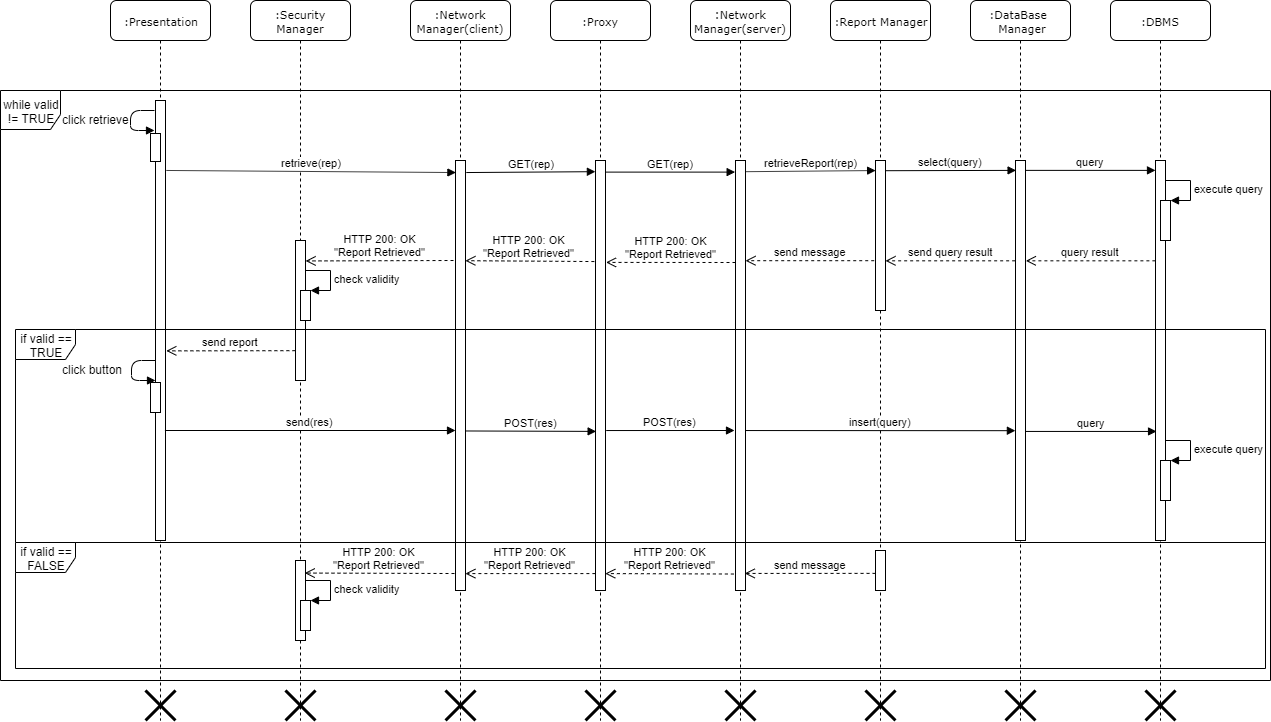
Earlier version of the draw.io export DD/img/sequence_diagrams/retrieve_report.png (dariomiceli3/SafeStreet). Source tidied: cells renumbered, new cells last; positions are measured from the earlier drawing's top-left corner, leaving out a move shared by most shapes.
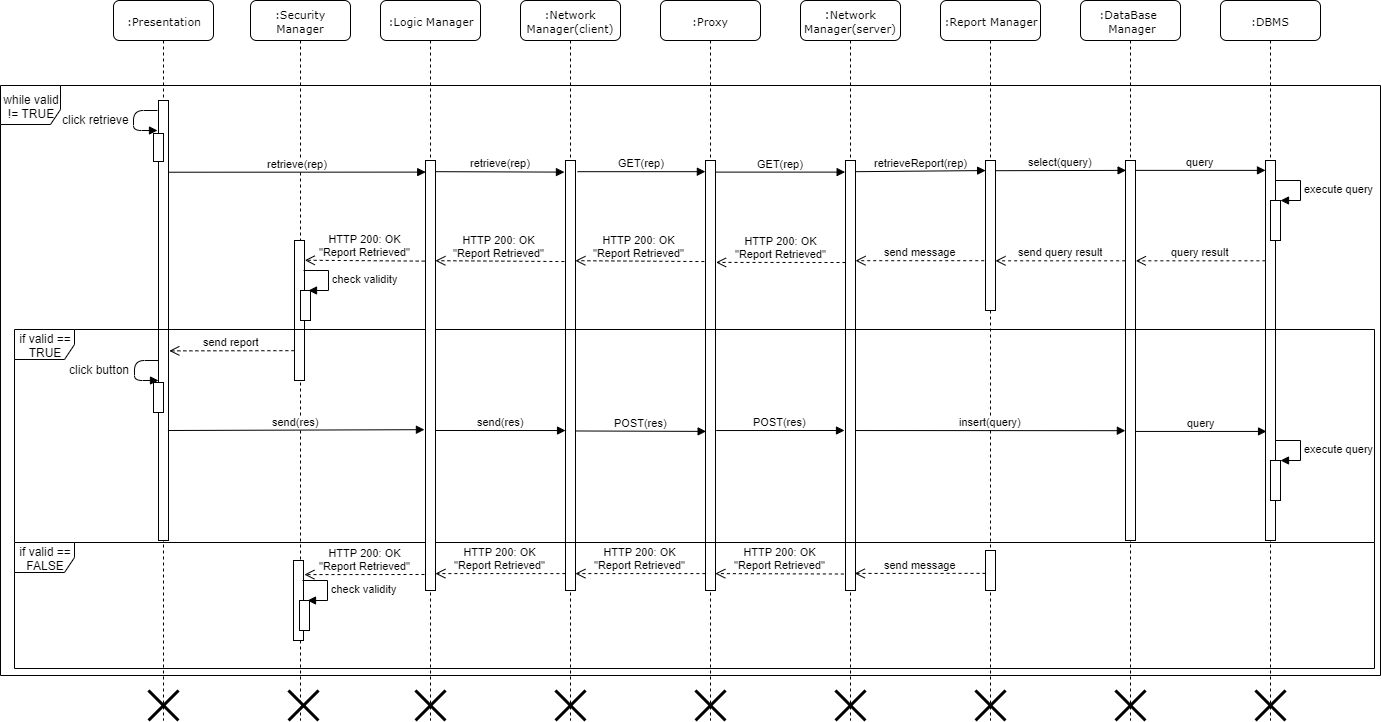
The same file after the commit.

Diff of the diagram source:
```diff
@@ -3,33 +3,35 @@
     <mxCell id="0" />
     <mxCell id="1" parent="0" />
     <mxCell id="2" value="&lt;span style=&quot;font-size: 11px&quot;&gt;:Security Manager&lt;/span&gt;" style="shape=umlLifeline;perimeter=lifelinePerimeter;whiteSpace=wrap;html=1;rounded=1;shadow=0;comic=0;labelBackgroundColor=none;strokeWidth=1;fontFamily=Verdana;fontSize=12;align=center;" parent="1" vertex="1">
-      <mxGeometry x="250" width="100" height="720" as="geometry" />
+      <mxGeometry x="140" width="100" height="720" as="geometry" />
     </mxCell>
     <mxCell id="3" style="html=1;points=[];perimeter=orthogonalPerimeter;rounded=0;shadow=0;comic=0;labelBackgroundColor=none;strokeWidth=1;fontFamily=Verdana;fontSize=12;align=center;" parent="2" vertex="1">
-      <mxGeometry x="45" y="240" width="10" height="140" as="geometry" />
+      <mxGeometry x="44" y="240" width="10" height="140" as="geometry" />
     </mxCell>
     <mxCell id="4" style="html=1;points=[];perimeter=orthogonalPerimeter;" parent="2" vertex="1">
       <mxGeometry x="50" y="290" width="10" height="30" as="geometry" />
     </mxCell>
-    <mxCell id="5" value="check validity" style="edgeStyle=orthogonalEdgeStyle;html=1;align=left;spacingLeft=2;endArrow=block;rounded=0;entryX=1;entryY=0;" parent="2" edge="1" target="4">
+    <mxCell id="5" value="check validity" style="edgeStyle=orthogonalEdgeStyle;html=1;align=left;spacingLeft=2;endArrow=block;rounded=0;entryX=1;entryY=0;" parent="2" edge="1">
       <mxGeometry relative="1" as="geometry">
-        <mxPoint x="55" y="270" as="sourcePoint" />
+        <mxPoint x="53" y="270" as="sourcePoint" />
+        <mxPoint x="58" y="290" as="targetPoint" />
         <Array as="points">
-          <mxPoint x="80" y="270" />
+          <mxPoint x="78" y="270" />
         </Array>
       </mxGeometry>
     </mxCell>
     <mxCell id="6" style="html=1;points=[];perimeter=orthogonalPerimeter;" parent="2" vertex="1">
-      <mxGeometry x="45" y="560" width="10" height="80" as="geometry" />
+      <mxGeometry x="43" y="560" width="10" height="80" as="geometry" />
     </mxCell>
     <mxCell id="7" style="html=1;points=[];perimeter=orthogonalPerimeter;" parent="2" vertex="1">
-      <mxGeometry x="50" y="600" width="10" height="30" as="geometry" />
+      <mxGeometry x="49" y="600" width="10" height="30" as="geometry" />
     </mxCell>
-    <mxCell id="8" value="check validity" style="edgeStyle=orthogonalEdgeStyle;html=1;align=left;spacingLeft=2;endArrow=block;rounded=0;entryX=1;entryY=0;" parent="2" edge="1" target="7">
+    <mxCell id="8" value="check validity" style="edgeStyle=orthogonalEdgeStyle;html=1;align=left;spacingLeft=2;endArrow=block;rounded=0;entryX=1;entryY=0;" parent="2" edge="1">
       <mxGeometry relative="1" as="geometry">
-        <mxPoint x="55" y="580" as="sourcePoint" />
+        <mxPoint x="52" y="580" as="sourcePoint" />
+        <mxPoint x="57" y="600" as="targetPoint" />
         <Array as="points">
-          <mxPoint x="80" y="580" />
+          <mxPoint x="77" y="580" />
         </Array>
       </mxGeometry>
     </mxCell>
@@ -70,16 +72,11 @@
       <mxGeometry x="35" y="690" width="30" height="30" as="geometry" />
     </mxCell>
     <mxCell id="21" value="&lt;font style=&quot;font-size: 11px&quot;&gt;:Presentation&lt;/font&gt;" style="shape=umlLifeline;perimeter=lifelinePerimeter;whiteSpace=wrap;html=1;rounded=1;shadow=0;comic=0;labelBackgroundColor=none;strokeWidth=1;fontFamily=Verdana;fontSize=12;align=center;" parent="1" vertex="1">
-      <mxGeometry x="110" width="100" height="720" as="geometry" />
+      <mxGeometry x="3" width="100" height="720" as="geometry" />
     </mxCell>
     <mxCell id="22" style="html=1;points=[];perimeter=orthogonalPerimeter;rounded=0;shadow=0;comic=0;labelBackgroundColor=none;strokeWidth=1;fontFamily=Verdana;fontSize=12;align=center;" parent="21" vertex="1">
       <mxGeometry x="45" y="100" width="10" height="440" as="geometry" />
     </mxCell>
-    <mxCell id="23" value="retrieve(rep)" style="html=1;verticalAlign=bottom;endArrow=block;exitX=0.88;exitY=0.159;exitDx=0;exitDy=0;exitPerimeter=0;entryX=0.04;entryY=0.028;entryDx=0;entryDy=0;entryPerimeter=0;" parent="21" edge="1" target="10">
-      <mxGeometry relative="1" as="geometry">
-        <mxPoint x="55.8" y="170" as="sourcePoint" />
-      </mxGeometry>
-    </mxCell>
     <mxCell id="24" style="html=1;perimeter=orthogonalPerimeter;" parent="21" vertex="1">
       <mxGeometry x="40" y="382" width="10" height="30" as="geometry" />
     </mxCell>
@@ -125,20 +122,20 @@
     </mxCell>
     <mxCell id="35" style="html=1;verticalAlign=bottom;endArrow=block;" parent="1" edge="1">
       <mxGeometry x="0.29" y="32" relative="1" as="geometry">
-        <mxPoint x="154" y="110" as="sourcePoint" />
-        <mxPoint x="154" y="130" as="targetPoint" />
+        <mxPoint x="47" y="110" as="sourcePoint" />
+        <mxPoint x="47" y="130" as="targetPoint" />
         <Array as="points">
-          <mxPoint x="130" y="110" />
-          <mxPoint x="130" y="130" />
+          <mxPoint x="23" y="110" />
+          <mxPoint x="23" y="130" />
         </Array>
         <mxPoint x="-30" y="22" as="offset" />
       </mxGeometry>
     </mxCell>
     <mxCell id="36" value="click retrieve" style="text;html=1;align=left;verticalAlign=top;spacingTop=-4;" parent="1" vertex="1">
-      <mxGeometry x="60" y="110" width="80" height="20" as="geometry" />
+      <mxGeometry x="-50" y="110" width="80" height="20" as="geometry" />
     </mxCell>
     <mxCell id="37" style="html=1;perimeter=orthogonalPerimeter;" parent="1" vertex="1">
-      <mxGeometry x="150" y="133" width="10" height="28" as="geometry" />
+      <mxGeometry x="43" y="133" width="10" height="28" as="geometry" />
     </mxCell>
     <mxCell id="38" value="GET(rep)" style="html=1;verticalAlign=bottom;endArrow=block;exitX=1.035;exitY=0.027;exitDx=0;exitDy=0;exitPerimeter=0;entryX=-0.035;entryY=0.027;entryDx=0;entryDy=0;entryPerimeter=0;" parent="1" edge="1" source="12" target="15">
       <mxGeometry relative="1" as="geometry" />
@@ -146,24 +143,19 @@
     <mxCell id="39" value="HTTP 200: OK&lt;br&gt;&quot;Report Retrieved&quot;" style="html=1;verticalAlign=bottom;endArrow=open;dashed=1;endSize=8;entryX=0.988;entryY=0.233;entryDx=0;entryDy=0;entryPerimeter=0;exitX=-0.112;exitY=0.235;exitDx=0;exitDy=0;exitPerimeter=0;" parent="1" edge="1" source="12" target="10">
       <mxGeometry relative="1" as="geometry" />
     </mxCell>
-    <mxCell id="40" value="HTTP 200: OK&lt;br&gt;&quot;Report Retrieved&quot;" style="html=1;verticalAlign=bottom;endArrow=open;dashed=1;endSize=8;entryX=1.012;entryY=0.146;entryDx=0;entryDy=0;entryPerimeter=0;" parent="1" edge="1" target="3">
-      <mxGeometry relative="1" as="geometry">
-        <mxPoint x="453" y="260" as="sourcePoint" />
-      </mxGeometry>
-    </mxCell>
     <mxCell id="41" style="html=1;verticalAlign=bottom;endArrow=block;" parent="1" edge="1">
       <mxGeometry x="0.29" y="32" relative="1" as="geometry">
-        <mxPoint x="155" y="360" as="sourcePoint" />
-        <mxPoint x="155" y="380" as="targetPoint" />
+        <mxPoint x="48" y="360" as="sourcePoint" />
+        <mxPoint x="48" y="380" as="targetPoint" />
         <Array as="points">
-          <mxPoint x="131" y="360" />
-          <mxPoint x="131" y="380" />
+          <mxPoint x="24" y="360" />
+          <mxPoint x="24" y="380" />
         </Array>
         <mxPoint x="-30" y="22" as="offset" />
       </mxGeometry>
     </mxCell>
     <mxCell id="42" value="click button" style="text;html=1;align=left;verticalAlign=top;spacingTop=-4;" parent="1" vertex="1">
-      <mxGeometry x="60" y="360" width="80" height="20" as="geometry" />
+      <mxGeometry x="-43" y="360" width="80" height="20" as="geometry" />
     </mxCell>
     <mxCell id="43" value="POST(res)" style="html=1;verticalAlign=bottom;endArrow=block;exitX=1.073;exitY=0.628;exitDx=0;exitDy=0;exitPerimeter=0;" parent="1" edge="1" source="12">
       <mxGeometry relative="1" as="geometry">
@@ -171,13 +163,13 @@
       </mxGeometry>
     </mxCell>
     <mxCell id="44" value="while valid != TRUE" style="shape=umlFrame;whiteSpace=wrap;html=1;width=60;height=39;" parent="1" vertex="1">
-      <mxGeometry y="90" width="1270" height="590" as="geometry" />
+      <mxGeometry x="-110" y="85" width="1380" height="590" as="geometry" />
     </mxCell>
     <mxCell id="45" value="if valid == TRUE" style="shape=umlFrame;whiteSpace=wrap;html=1;" parent="1" vertex="1">
-      <mxGeometry x="15" y="329" width="1250" height="213" as="geometry" />
+      <mxGeometry x="-96" y="329" width="1360" height="213" as="geometry" />
     </mxCell>
     <mxCell id="46" style="shape=umlDestroy;whiteSpace=wrap;html=1;strokeWidth=3;" parent="1" vertex="1">
-      <mxGeometry x="285" y="690" width="30" height="30" as="geometry" />
+      <mxGeometry x="178" y="690" width="30" height="30" as="geometry" />
     </mxCell>
     <mxCell id="47" style="shape=umlDestroy;whiteSpace=wrap;html=1;strokeWidth=3;direction=south;" parent="1" vertex="1">
       <mxGeometry x="445" y="690" width="30" height="30" as="geometry" />
@@ -185,7 +177,7 @@
     <mxCell id="48" style="shape=umlDestroy;whiteSpace=wrap;html=1;strokeWidth=3;direction=south;" parent="1" vertex="1">
       <mxGeometry x="1005" y="690" width="30" height="30" as="geometry" />
     </mxCell>
-    <mxCell id="49" value="GET(rep)" style="html=1;verticalAlign=bottom;endArrow=block;exitX=1.08;exitY=0.028;exitDx=0;exitDy=0;exitPerimeter=0;entryX=-0.012;entryY=0.026;entryDx=0;entryDy=0;entryPerimeter=0;" parent="1" edge="1" source="10" target="12">
+    <mxCell id="49" value="GET(rep)" style="html=1;verticalAlign=bottom;endArrow=block;entryX=-0.012;entryY=0.026;entryDx=0;entryDy=0;entryPerimeter=0;exitX=1.198;exitY=0.026;exitDx=0;exitDy=0;exitPerimeter=0;" parent="1" edge="1" source="10" target="12">
       <mxGeometry relative="1" as="geometry" />
     </mxCell>
     <mxCell id="50" value="retrieveReport(rep)" style="html=1;verticalAlign=bottom;endArrow=block;exitX=1.035;exitY=0.026;exitDx=0;exitDy=0;exitPerimeter=0;entryX=0.012;entryY=0.067;entryDx=0;entryDy=0;entryPerimeter=0;" parent="1" edge="1" source="15" target="18">
@@ -214,10 +206,8 @@
     <mxCell id="57" value="send report" style="html=1;verticalAlign=bottom;endArrow=open;dashed=1;endSize=8;entryX=1.081;entryY=0.569;entryDx=0;entryDy=0;entryPerimeter=0;exitX=-0.012;exitY=0.787;exitDx=0;exitDy=0;exitPerimeter=0;" parent="1" edge="1" source="3" target="22">
       <mxGeometry relative="1" as="geometry" />
     </mxCell>
-    <mxCell id="58" value="send(res)" style="html=1;verticalAlign=bottom;endArrow=block;exitX=0.942;exitY=0.75;exitDx=0;exitDy=0;exitPerimeter=0;" parent="1" edge="1" source="22">
-      <mxGeometry relative="1" as="geometry">
-        <mxPoint x="455" y="430" as="targetPoint" />
-      </mxGeometry>
+    <mxCell id="58" value="send(res)" style="html=1;verticalAlign=bottom;endArrow=block;exitX=0.942;exitY=0.75;exitDx=0;exitDy=0;exitPerimeter=0;entryX=-0.106;entryY=0.626;entryDx=0;entryDy=0;entryPerimeter=0;" parent="1" edge="1" source="22" target="68">
+      <mxGeometry relative="1" as="geometry" />
     </mxCell>
     <mxCell id="59" value="POST(res)" style="html=1;verticalAlign=bottom;endArrow=block;exitX=1.015;exitY=0.629;exitDx=0;exitDy=0;exitPerimeter=0;entryX=0.063;entryY=0.63;entryDx=0;entryDy=0;entryPerimeter=0;" parent="1" edge="1" source="10" target="12">
       <mxGeometry relative="1" as="geometry" />
@@ -245,13 +235,49 @@
         <mxPoint x="464.9" y="573.1" as="targetPoint" />
       </mxGeometry>
     </mxCell>
-    <mxCell id="65" value="HTTP 200: OK&lt;br&gt;&quot;Report Retrieved&quot;" style="html=1;verticalAlign=bottom;endArrow=open;dashed=1;endSize=8;exitX=-0.151;exitY=0.264;exitDx=0;exitDy=0;exitPerimeter=0;entryX=0.922;entryY=0.157;entryDx=0;entryDy=0;entryPerimeter=0;" parent="1" edge="1" target="6">
-      <mxGeometry relative="1" as="geometry">
-        <mxPoint x="454" y="573" as="sourcePoint" />
-      </mxGeometry>
-    </mxCell>
     <mxCell id="66" value="if valid == FALSE" style="shape=umlFrame;whiteSpace=wrap;html=1;" parent="1" vertex="1">
-      <mxGeometry x="15" y="542" width="1250" height="126" as="geometry" />
+      <mxGeometry x="-96" y="542" width="1360" height="126" as="geometry" />
     </mxCell>
+    <mxCell id="67" value="&lt;font style=&quot;font-size: 11px&quot;&gt;:Logic Manager&lt;/font&gt;" style="shape=umlLifeline;perimeter=lifelinePerimeter;whiteSpace=wrap;html=1;rounded=1;shadow=0;comic=0;labelBackgroundColor=none;strokeWidth=1;fontFamily=Verdana;fontSize=12;align=center;" parent="1" vertex="1">
+      <mxGeometry x="270" width="100" height="720" as="geometry" />
+    </mxCell>
+    <mxCell id="68" style="html=1;points=[];perimeter=orthogonalPerimeter;rounded=0;shadow=0;comic=0;labelBackgroundColor=none;strokeColor=#000000;strokeWidth=1;fillColor=#FFFFFF;fontFamily=Verdana;fontSize=12;fontColor=#000000;align=center;" parent="67" vertex="1">
+      <mxGeometry x="45" y="160" width="10" height="430" as="geometry" />
+    </mxCell>
+    <mxCell id="69" style="shape=umlDestroy;whiteSpace=wrap;html=1;strokeWidth=3;" parent="67" vertex="1">
+      <mxGeometry x="35" y="690" width="30" height="30" as="geometry" />
+    </mxCell>
+    <mxCell id="70" value="retrieve(rep)" style="html=1;verticalAlign=bottom;endArrow=block;entryX=0.023;entryY=0.027;entryDx=0;entryDy=0;entryPerimeter=0;exitX=1.014;exitY=0.163;exitDx=0;exitDy=0;exitPerimeter=0;" parent="1" edge="1" source="22" target="68">
+      <mxGeometry relative="1" as="geometry" />
+    </mxCell>
+    <mxCell id="71" value="retrieve(rep)" style="html=1;verticalAlign=bottom;endArrow=block;entryX=-0.105;entryY=0.027;entryDx=0;entryDy=0;entryPerimeter=0;exitX=1.053;exitY=0.026;exitDx=0;exitDy=0;exitPerimeter=0;" parent="1" edge="1" source="68" target="10">
+      <mxGeometry relative="1" as="geometry" />
+    </mxCell>
+    <mxCell id="72" value="HTTP 200: OK&lt;br&gt;&quot;Report Retrieved&quot;" style="html=1;verticalAlign=bottom;endArrow=open;dashed=1;endSize=8;entryX=0.988;entryY=0.233;entryDx=0;entryDy=0;entryPerimeter=0;exitX=-0.112;exitY=0.235;exitDx=0;exitDy=0;exitPerimeter=0;" parent="1" edge="1">
+      <mxGeometry relative="1" as="geometry">
+        <mxPoint x="453.9" y="261.1" as="sourcePoint" />
+        <mxPoint x="324.9" y="260.2" as="targetPoint" />
+      </mxGeometry>
+    </mxCell>
+    <mxCell id="73" value="HTTP 200: OK&lt;br&gt;&quot;Report Retrieved&quot;" style="html=1;verticalAlign=bottom;endArrow=open;dashed=1;endSize=8;entryX=1.03;entryY=0.141;entryDx=0;entryDy=0;entryPerimeter=0;exitX=-0.078;exitY=0.234;exitDx=0;exitDy=0;exitPerimeter=0;" parent="1" edge="1" source="68" target="3">
+      <mxGeometry relative="1" as="geometry" />
+    </mxCell>
+    <mxCell id="74" value="send(res)" style="html=1;verticalAlign=bottom;endArrow=block;entryX=0.005;entryY=0.628;entryDx=0;entryDy=0;entryPerimeter=0;" parent="1" edge="1" target="10">
+      <mxGeometry relative="1" as="geometry">
+        <mxPoint x="325" y="430" as="sourcePoint" />
+      </mxGeometry>
+    </mxCell>
+    <mxCell id="75" value="HTTP 200: OK&lt;br&gt;&quot;Report Retrieved&quot;" style="html=1;verticalAlign=bottom;endArrow=open;dashed=1;endSize=8;entryX=0.988;entryY=0.263;entryDx=0;entryDy=0;entryPerimeter=0;exitX=-0.012;exitY=0.263;exitDx=0;exitDy=0;exitPerimeter=0;" parent="1" edge="1">
+      <mxGeometry relative="1" as="geometry">
+        <mxPoint x="454.9" y="573.1" as="sourcePoint" />
+        <mxPoint x="324.9" y="573.1" as="targetPoint" />
+      </mxGeometry>
+    </mxCell>
+    <mxCell id="76" value="HTTP 200: OK&lt;br&gt;&quot;Report Retrieved&quot;" style="html=1;verticalAlign=bottom;endArrow=open;dashed=1;endSize=8;entryX=0.988;entryY=0.263;entryDx=0;entryDy=0;entryPerimeter=0;" parent="1" edge="1">
+      <mxGeometry relative="1" as="geometry">
+        <mxPoint x="314" y="574" as="sourcePoint" />
+        <mxPoint x="193.9" y="574.1" as="targetPoint" />
+      </mxGeometry>
+    </mxCell>
   </root>
 </mxGraphModel>
```
